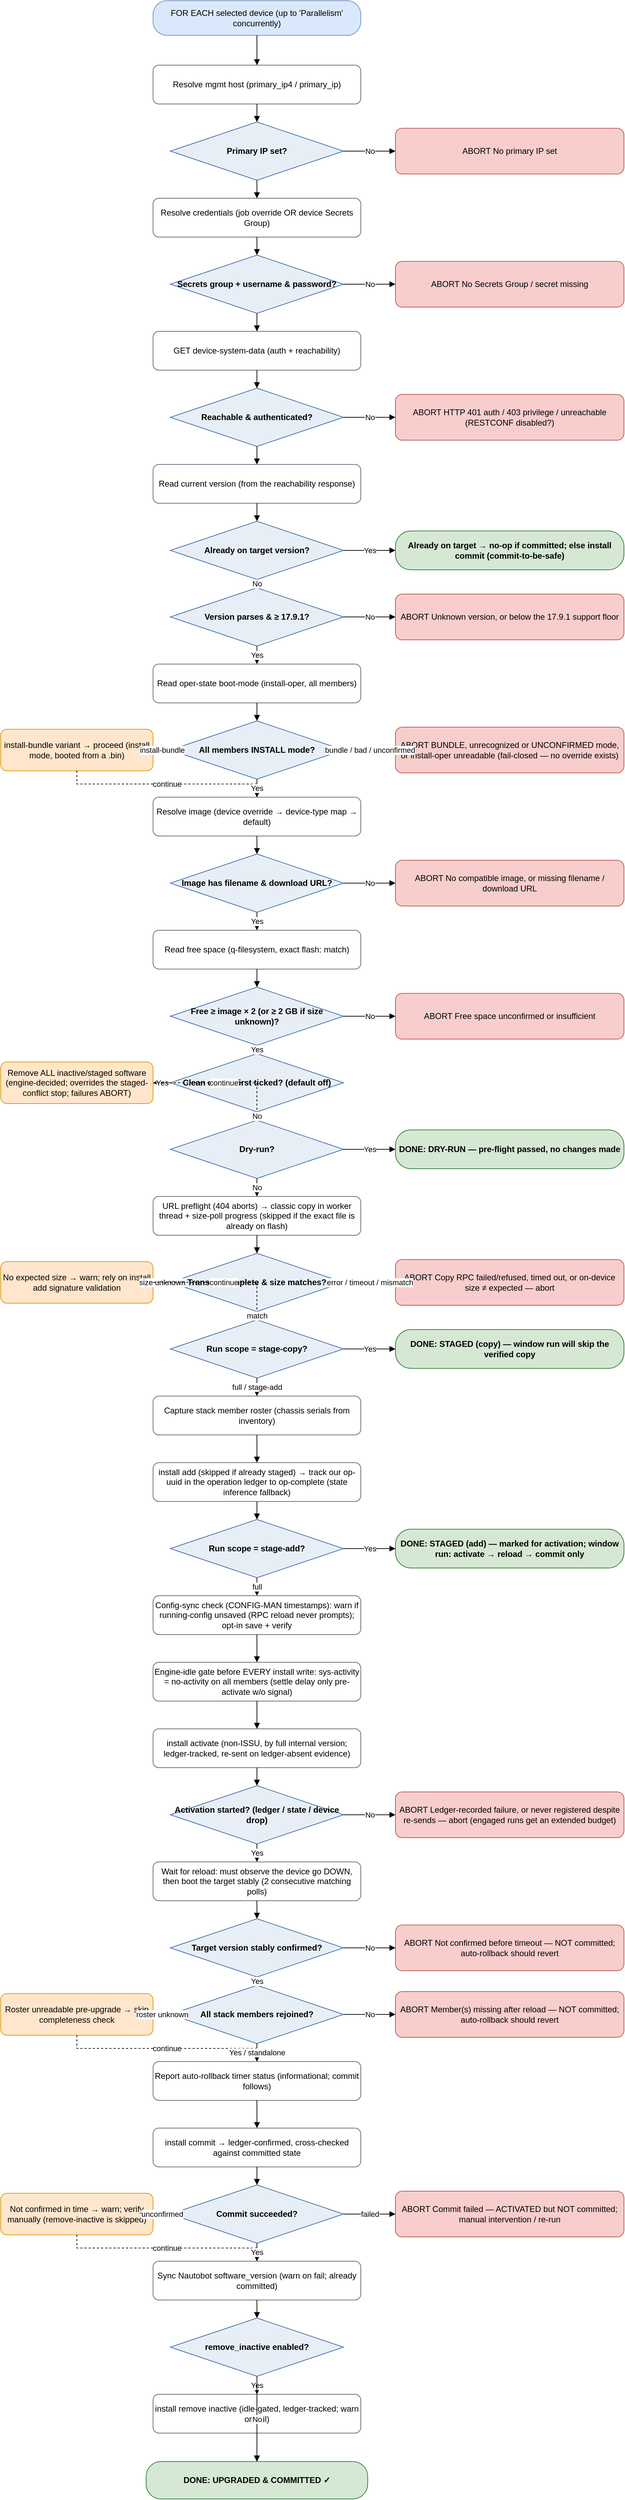
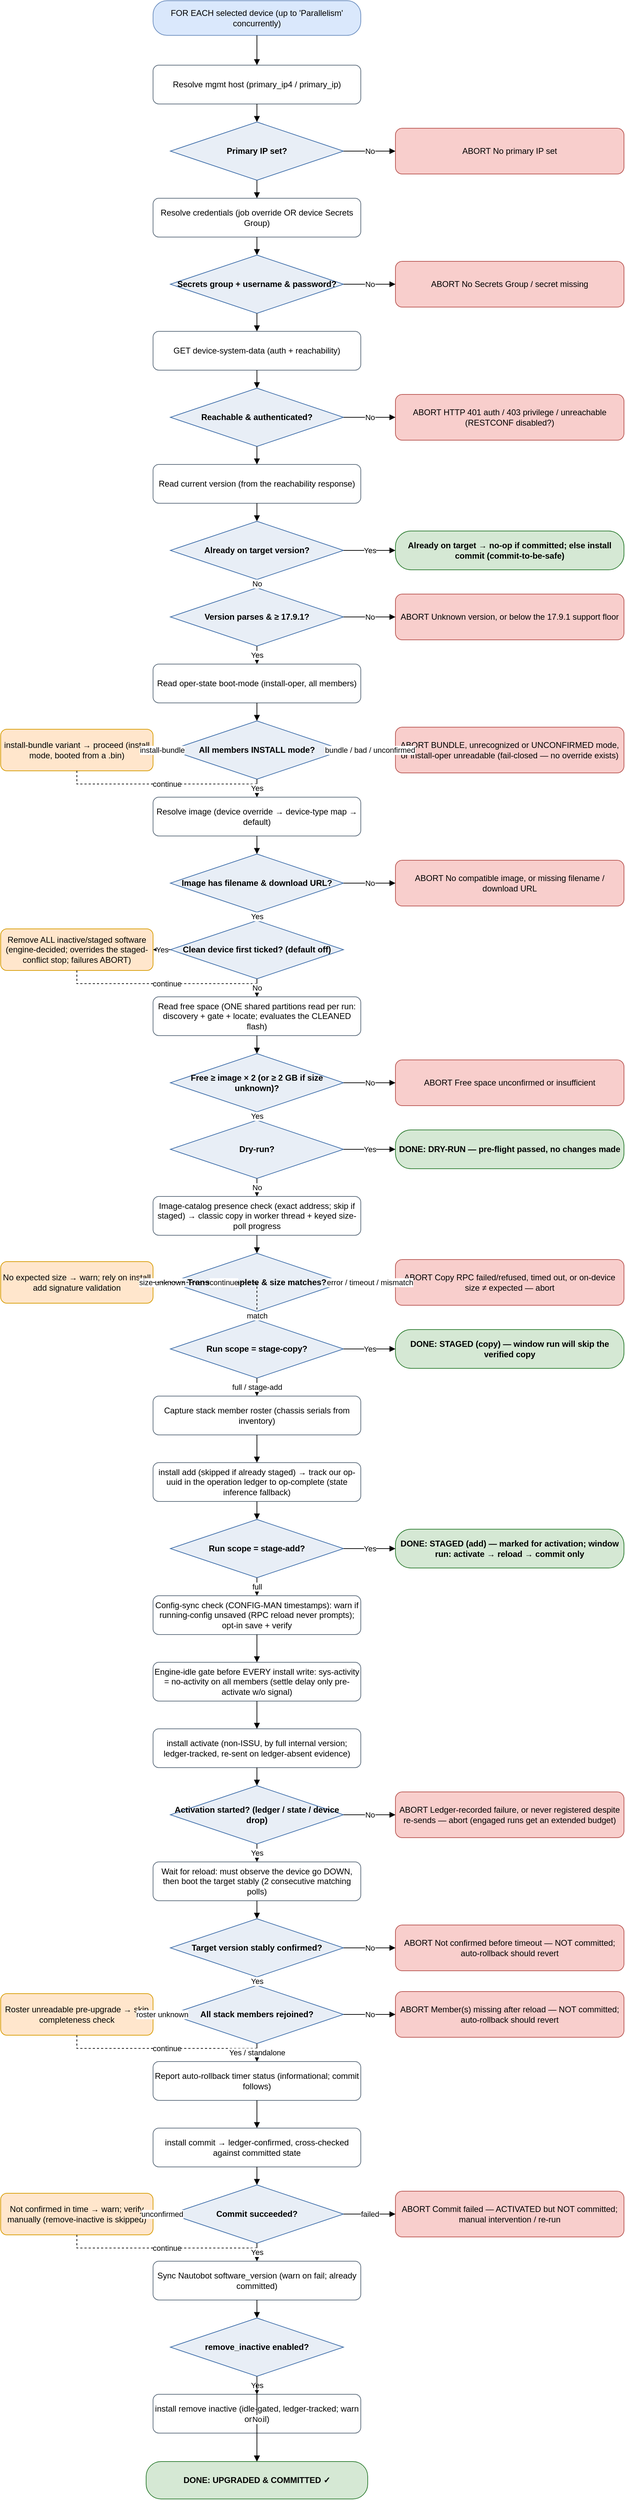
<mxfile host="app.diagrams.net" type="device">
  <diagram name="IOS-XE upgrade flow" id="iosxe-upgrade-flow">
    <mxGraphModel dx="1000" dy="2000" grid="1" gridSize="10" guides="1" tooltips="1"
        connect="1" arrows="1" fold="1" page="1" pageScale="1" math="0" shadow="0">
      <root>
        <mxCell id="0"/>
        <mxCell id="1" parent="0"/>
        <mxCell id="start" value="FOR EACH selected device&amp;#10;(up to &#x27;Parallelism&#x27; concurrently)" style="rounded=1;arcSize=40;whiteSpace=wrap;html=1;fillColor=#DAE8FC;strokeColor=#6C8EBF;" vertex="1" parent="1"><mxGeometry x="250" y="31" width="300" height="50" as="geometry"/></mxCell>
        <mxCell id="host" value="Resolve mgmt host&amp;#10;(primary_ip4 / primary_ip)" style="rounded=1;whiteSpace=wrap;html=1;fillColor=#FFFFFF;strokeColor=#5B6B7B;" vertex="1" parent="1"><mxGeometry x="250" y="124" width="300" height="56" as="geometry"/></mxCell>
        <mxCell id="d_ip" value="Primary IP set?" style="rhombus;whiteSpace=wrap;html=1;fillColor=#E8EEF6;strokeColor=#3C6CA8;fontStyle=1;" vertex="1" parent="1"><mxGeometry x="275" y="206" width="250" height="84" as="geometry"/></mxCell>
        <mxCell id="cred" value="Resolve credentials&amp;#10;(job override OR device Secrets Group)" style="rounded=1;whiteSpace=wrap;html=1;fillColor=#FFFFFF;strokeColor=#5B6B7B;" vertex="1" parent="1"><mxGeometry x="250" y="316" width="300" height="56" as="geometry"/></mxCell>
        <mxCell id="d_cred" value="Secrets group +&amp;#10;username &amp; password?" style="rhombus;whiteSpace=wrap;html=1;fillColor=#E8EEF6;strokeColor=#3C6CA8;fontStyle=1;" vertex="1" parent="1"><mxGeometry x="275" y="398" width="250" height="84" as="geometry"/></mxCell>
        <mxCell id="reach" value="GET device-system-data&amp;#10;(auth + reachability)" style="rounded=1;whiteSpace=wrap;html=1;fillColor=#FFFFFF;strokeColor=#5B6B7B;" vertex="1" parent="1"><mxGeometry x="250" y="508" width="300" height="56" as="geometry"/></mxCell>
        <mxCell id="d_reach" value="Reachable &amp;&amp;#10;authenticated?" style="rhombus;whiteSpace=wrap;html=1;fillColor=#E8EEF6;strokeColor=#3C6CA8;fontStyle=1;" vertex="1" parent="1"><mxGeometry x="275" y="590" width="250" height="84" as="geometry"/></mxCell>
        <mxCell id="curr" value="Read current version&amp;#10;(from the reachability response)" style="rounded=1;whiteSpace=wrap;html=1;fillColor=#FFFFFF;strokeColor=#5B6B7B;" vertex="1" parent="1"><mxGeometry x="250" y="700" width="300" height="56" as="geometry"/></mxCell>
        <mxCell id="d_target" value="Already on&amp;#10;target version?" style="rhombus;whiteSpace=wrap;html=1;fillColor=#E8EEF6;strokeColor=#3C6CA8;fontStyle=1;" vertex="1" parent="1"><mxGeometry x="275" y="782" width="250" height="84" as="geometry"/></mxCell>
        <mxCell id="d_floor" value="Version parses&amp;#10;&amp; ≥ 17.9.1?" style="rhombus;whiteSpace=wrap;html=1;fillColor=#E8EEF6;strokeColor=#3C6CA8;fontStyle=1;" vertex="1" parent="1"><mxGeometry x="275" y="878" width="250" height="84" as="geometry"/></mxCell>
        <mxCell id="mode" value="Read oper-state boot-mode&amp;#10;(install-oper, all members)" style="rounded=1;whiteSpace=wrap;html=1;fillColor=#FFFFFF;strokeColor=#5B6B7B;" vertex="1" parent="1"><mxGeometry x="250" y="988" width="300" height="56" as="geometry"/></mxCell>
        <mxCell id="d_mode" value="All members&amp;#10;INSTALL mode?" style="rhombus;whiteSpace=wrap;html=1;fillColor=#E8EEF6;strokeColor=#3C6CA8;fontStyle=1;" vertex="1" parent="1"><mxGeometry x="275" y="1070" width="250" height="84" as="geometry"/></mxCell>
        <mxCell id="img" value="Resolve image (device override →&amp;#10;device-type map → default)" style="rounded=1;whiteSpace=wrap;html=1;fillColor=#FFFFFF;strokeColor=#5B6B7B;" vertex="1" parent="1"><mxGeometry x="250" y="1180" width="300" height="56" as="geometry"/></mxCell>
        <mxCell id="d_img" value="Image has filename&amp;#10;&amp; download URL?" style="rhombus;whiteSpace=wrap;html=1;fillColor=#E8EEF6;strokeColor=#3C6CA8;fontStyle=1;" vertex="1" parent="1"><mxGeometry x="275" y="1262" width="250" height="84" as="geometry"/></mxCell>
-         <mxCell id="space" value="Read free space&amp;#10;(q-filesystem, exact flash: match)" style="rounded=1;whiteSpace=wrap;html=1;fillColor=#FFFFFF;strokeColor=#5B6B7B;" vertex="1" parent="1"><mxGeometry x="250" y="1372" width="300" height="56" as="geometry"/></mxCell>
-         <mxCell id="d_space" value="Free ≥ image × 2&amp;#10;(or ≥ 2 GB if size unknown)?" style="rhombus;whiteSpace=wrap;html=1;fillColor=#E8EEF6;strokeColor=#3C6CA8;fontStyle=1;" vertex="1" parent="1"><mxGeometry x="275" y="1454" width="250" height="84" as="geometry"/></mxCell>
-         <mxCell id="d_clean" value="Clean device first&amp;#10;ticked? (default off)" style="rhombus;whiteSpace=wrap;html=1;fillColor=#E8EEF6;strokeColor=#3C6CA8;fontStyle=1;" vertex="1" parent="1"><mxGeometry x="275" y="1550" width="250" height="84" as="geometry"/></mxCell>
+         <mxCell id="d_clean" value="Clean device first&amp;#10;ticked? (default off)" style="rhombus;whiteSpace=wrap;html=1;fillColor=#E8EEF6;strokeColor=#3C6CA8;fontStyle=1;" vertex="1" parent="1"><mxGeometry x="275" y="1358" width="250" height="84" as="geometry"/></mxCell>
+         <mxCell id="space" value="Read free space (ONE shared partitions&amp;#10;read per run: discovery + gate + locate;&amp;#10;evaluates the CLEANED flash)" style="rounded=1;whiteSpace=wrap;html=1;fillColor=#FFFFFF;strokeColor=#5B6B7B;" vertex="1" parent="1"><mxGeometry x="250" y="1468" width="300" height="56" as="geometry"/></mxCell>
+         <mxCell id="d_space" value="Free ≥ image × 2&amp;#10;(or ≥ 2 GB if size unknown)?" style="rhombus;whiteSpace=wrap;html=1;fillColor=#E8EEF6;strokeColor=#3C6CA8;fontStyle=1;" vertex="1" parent="1"><mxGeometry x="275" y="1550" width="250" height="84" as="geometry"/></mxCell>
        <mxCell id="d_dry" value="Dry-run?" style="rhombus;whiteSpace=wrap;html=1;fillColor=#E8EEF6;strokeColor=#3C6CA8;fontStyle=1;" vertex="1" parent="1"><mxGeometry x="275" y="1646" width="250" height="84" as="geometry"/></mxCell>
-         <mxCell id="copy" value="URL preflight (404 aborts) → classic copy in&amp;#10;worker thread + size-poll progress&amp;#10;(skipped if the exact file is already on flash)" style="rounded=1;whiteSpace=wrap;html=1;fillColor=#FFFFFF;strokeColor=#5B6B7B;" vertex="1" parent="1"><mxGeometry x="250" y="1756" width="300" height="56" as="geometry"/></mxCell>
+         <mxCell id="copy" value="Image-catalog presence check (exact address;&amp;#10;skip if staged) → classic copy in worker&amp;#10;thread + keyed size-poll progress" style="rounded=1;whiteSpace=wrap;html=1;fillColor=#FFFFFF;strokeColor=#5B6B7B;" vertex="1" parent="1"><mxGeometry x="250" y="1756" width="300" height="56" as="geometry"/></mxCell>
        <mxCell id="d_size" value="Transfer complete&amp;#10;&amp; size matches?" style="rhombus;whiteSpace=wrap;html=1;fillColor=#E8EEF6;strokeColor=#3C6CA8;fontStyle=1;" vertex="1" parent="1"><mxGeometry x="275" y="1838" width="250" height="84" as="geometry"/></mxCell>
        <mxCell id="d_stagecopy" value="Run scope =&amp;#10;stage-copy?" style="rhombus;whiteSpace=wrap;html=1;fillColor=#E8EEF6;strokeColor=#3C6CA8;fontStyle=1;" vertex="1" parent="1"><mxGeometry x="275" y="1934" width="250" height="84" as="geometry"/></mxCell>
        <mxCell id="roster" value="Capture stack member roster&amp;#10;(chassis serials from inventory)" style="rounded=1;whiteSpace=wrap;html=1;fillColor=#FFFFFF;strokeColor=#5B6B7B;" vertex="1" parent="1"><mxGeometry x="250" y="2044" width="300" height="56" as="geometry"/></mxCell>
        <mxCell id="add" value="install add (skipped if already staged) →&amp;#10;track our op-uuid in the operation ledger&amp;#10;to op-complete (state inference fallback)" style="rounded=1;whiteSpace=wrap;html=1;fillColor=#FFFFFF;strokeColor=#5B6B7B;" vertex="1" parent="1"><mxGeometry x="250" y="2140" width="300" height="56" as="geometry"/></mxCell>
        <mxCell id="d_stageadd" value="Run scope =&amp;#10;stage-add?" style="rhombus;whiteSpace=wrap;html=1;fillColor=#E8EEF6;strokeColor=#3C6CA8;fontStyle=1;" vertex="1" parent="1"><mxGeometry x="275" y="2222" width="250" height="84" as="geometry"/></mxCell>
        <mxCell id="cfgsync" value="Config-sync check (CONFIG-MAN timestamps):&amp;#10;warn if running-config unsaved (RPC reload&amp;#10;never prompts); opt-in save + verify" style="rounded=1;whiteSpace=wrap;html=1;fillColor=#FFFFFF;strokeColor=#5B6B7B;" vertex="1" parent="1"><mxGeometry x="250" y="2332" width="300" height="56" as="geometry"/></mxCell>
        <mxCell id="idle" value="Engine-idle gate before EVERY install write:&amp;#10;sys-activity = no-activity on all members&amp;#10;(settle delay only pre-activate w/o signal)" style="rounded=1;whiteSpace=wrap;html=1;fillColor=#FFFFFF;strokeColor=#5B6B7B;" vertex="1" parent="1"><mxGeometry x="250" y="2428" width="300" height="56" as="geometry"/></mxCell>
        <mxCell id="act" value="install activate (non-ISSU, by full internal&amp;#10;version; ledger-tracked,&amp;#10;re-sent on ledger-absent evidence)" style="rounded=1;whiteSpace=wrap;html=1;fillColor=#FFFFFF;strokeColor=#5B6B7B;" vertex="1" parent="1"><mxGeometry x="250" y="2524" width="300" height="56" as="geometry"/></mxCell>
        <mxCell id="d_act" value="Activation started?&amp;#10;(ledger / state / device drop)" style="rhombus;whiteSpace=wrap;html=1;fillColor=#E8EEF6;strokeColor=#3C6CA8;fontStyle=1;" vertex="1" parent="1"><mxGeometry x="275" y="2606" width="250" height="84" as="geometry"/></mxCell>
        <mxCell id="waitc" value="Wait for reload: must observe the device&amp;#10;go DOWN, then boot the target stably&amp;#10;(2 consecutive matching polls)" style="rounded=1;whiteSpace=wrap;html=1;fillColor=#FFFFFF;strokeColor=#5B6B7B;" vertex="1" parent="1"><mxGeometry x="250" y="2716" width="300" height="56" as="geometry"/></mxCell>
        <mxCell id="d_confirm" value="Target version&amp;#10;stably confirmed?" style="rhombus;whiteSpace=wrap;html=1;fillColor=#E8EEF6;strokeColor=#3C6CA8;fontStyle=1;" vertex="1" parent="1"><mxGeometry x="275" y="2798" width="250" height="84" as="geometry"/></mxCell>
        <mxCell id="d_members" value="All stack members&amp;#10;rejoined?" style="rhombus;whiteSpace=wrap;html=1;fillColor=#E8EEF6;strokeColor=#3C6CA8;fontStyle=1;" vertex="1" parent="1"><mxGeometry x="275" y="2894" width="250" height="84" as="geometry"/></mxCell>
        <mxCell id="rollbackchk" value="Report auto-rollback timer status&amp;#10;(informational; commit follows)" style="rounded=1;whiteSpace=wrap;html=1;fillColor=#FFFFFF;strokeColor=#5B6B7B;" vertex="1" parent="1"><mxGeometry x="250" y="3004" width="300" height="56" as="geometry"/></mxCell>
        <mxCell id="commit" value="install commit → ledger-confirmed,&amp;#10;cross-checked against committed state" style="rounded=1;whiteSpace=wrap;html=1;fillColor=#FFFFFF;strokeColor=#5B6B7B;" vertex="1" parent="1"><mxGeometry x="250" y="3100" width="300" height="56" as="geometry"/></mxCell>
        <mxCell id="d_commit" value="Commit&amp;#10;succeeded?" style="rhombus;whiteSpace=wrap;html=1;fillColor=#E8EEF6;strokeColor=#3C6CA8;fontStyle=1;" vertex="1" parent="1"><mxGeometry x="275" y="3182" width="250" height="84" as="geometry"/></mxCell>
        <mxCell id="sync" value="Sync Nautobot software_version&amp;#10;(warn on fail; already committed)" style="rounded=1;whiteSpace=wrap;html=1;fillColor=#FFFFFF;strokeColor=#5B6B7B;" vertex="1" parent="1"><mxGeometry x="250" y="3292" width="300" height="56" as="geometry"/></mxCell>
        <mxCell id="d_remove" value="remove_inactive&amp;#10;enabled?" style="rhombus;whiteSpace=wrap;html=1;fillColor=#E8EEF6;strokeColor=#3C6CA8;fontStyle=1;" vertex="1" parent="1"><mxGeometry x="275" y="3374" width="250" height="84" as="geometry"/></mxCell>
        <mxCell id="remove" value="install remove inactive (idle-gated,&amp;#10;ledger-tracked; warn on fail)" style="rounded=1;whiteSpace=wrap;html=1;fillColor=#FFFFFF;strokeColor=#5B6B7B;" vertex="1" parent="1"><mxGeometry x="250" y="3484" width="300" height="56" as="geometry"/></mxCell>
        <mxCell id="ok" value="DONE: UPGRADED &amp; COMMITTED ✓" style="rounded=1;arcSize=40;whiteSpace=wrap;html=1;fillColor=#D5E8D4;strokeColor=#2E7D32;fontStyle=1;" vertex="1" parent="1"><mxGeometry x="240" y="3581" width="320" height="54" as="geometry"/></mxCell>
        <mxCell id="d_ip_abort" value="ABORT&amp;#10;No primary IP set" style="rounded=1;whiteSpace=wrap;html=1;fillColor=#F8CECC;strokeColor=#B85450;" vertex="1" parent="1"><mxGeometry x="600" y="215" width="330" height="66" as="geometry"/></mxCell>
        <mxCell id="d_cred_abort" value="ABORT&amp;#10;No Secrets Group / secret missing" style="rounded=1;whiteSpace=wrap;html=1;fillColor=#F8CECC;strokeColor=#B85450;" vertex="1" parent="1"><mxGeometry x="600" y="407" width="330" height="66" as="geometry"/></mxCell>
        <mxCell id="d_reach_abort" value="ABORT&amp;#10;HTTP 401 auth / 403 privilege /&amp;#10;unreachable (RESTCONF disabled?)" style="rounded=1;whiteSpace=wrap;html=1;fillColor=#F8CECC;strokeColor=#B85450;" vertex="1" parent="1"><mxGeometry x="600" y="599" width="330" height="66" as="geometry"/></mxCell>
        <mxCell id="d_target_ok" value="Already on target → no-op if committed;&amp;#10;else install commit (commit-to-be-safe)" style="rounded=1;arcSize=40;whiteSpace=wrap;html=1;fillColor=#D5E8D4;strokeColor=#2E7D32;fontStyle=1;" vertex="1" parent="1"><mxGeometry x="600" y="796" width="330" height="56" as="geometry"/></mxCell>
        <mxCell id="d_floor_abort" value="ABORT&amp;#10;Unknown version, or below the&amp;#10;17.9.1 support floor" style="rounded=1;whiteSpace=wrap;html=1;fillColor=#F8CECC;strokeColor=#B85450;" vertex="1" parent="1"><mxGeometry x="600" y="887" width="330" height="66" as="geometry"/></mxCell>
        <mxCell id="d_mode_abort" value="ABORT&amp;#10;BUNDLE, unrecognized or UNCONFIRMED&amp;#10;mode, or install-oper unreadable&amp;#10;(fail-closed — no override exists)" style="rounded=1;whiteSpace=wrap;html=1;fillColor=#F8CECC;strokeColor=#B85450;" vertex="1" parent="1"><mxGeometry x="600" y="1079" width="330" height="66" as="geometry"/></mxCell>
        <mxCell id="d_mode_warn" value="install-bundle variant → proceed&amp;#10;(install mode, booted from a .bin)" style="rounded=1;whiteSpace=wrap;html=1;fillColor=#FFE6CC;strokeColor=#D79B00;" vertex="1" parent="1"><mxGeometry x="30" y="1082" width="220" height="60" as="geometry"/></mxCell>
        <mxCell id="d_img_abort" value="ABORT&amp;#10;No compatible image, or missing&amp;#10;filename / download URL" style="rounded=1;whiteSpace=wrap;html=1;fillColor=#F8CECC;strokeColor=#B85450;" vertex="1" parent="1"><mxGeometry x="600" y="1271" width="330" height="66" as="geometry"/></mxCell>
-         <mxCell id="d_space_abort" value="ABORT&amp;#10;Free space unconfirmed or&amp;#10;insufficient" style="rounded=1;whiteSpace=wrap;html=1;fillColor=#F8CECC;strokeColor=#B85450;" vertex="1" parent="1"><mxGeometry x="600" y="1463" width="330" height="66" as="geometry"/></mxCell>
-         <mxCell id="d_clean_warn" value="Remove ALL inactive/staged software&amp;#10;(engine-decided; overrides the staged-&amp;#10;conflict stop; failures ABORT)" style="rounded=1;whiteSpace=wrap;html=1;fillColor=#FFE6CC;strokeColor=#D79B00;" vertex="1" parent="1"><mxGeometry x="30" y="1562" width="220" height="60" as="geometry"/></mxCell>
+         <mxCell id="d_clean_warn" value="Remove ALL inactive/staged software&amp;#10;(engine-decided; overrides the staged-&amp;#10;conflict stop; failures ABORT)" style="rounded=1;whiteSpace=wrap;html=1;fillColor=#FFE6CC;strokeColor=#D79B00;" vertex="1" parent="1"><mxGeometry x="30" y="1370" width="220" height="60" as="geometry"/></mxCell>
+         <mxCell id="d_space_abort" value="ABORT&amp;#10;Free space unconfirmed or&amp;#10;insufficient" style="rounded=1;whiteSpace=wrap;html=1;fillColor=#F8CECC;strokeColor=#B85450;" vertex="1" parent="1"><mxGeometry x="600" y="1559" width="330" height="66" as="geometry"/></mxCell>
        <mxCell id="d_dry_ok" value="DONE: DRY-RUN — pre-flight&amp;#10;passed, no changes made" style="rounded=1;arcSize=40;whiteSpace=wrap;html=1;fillColor=#D5E8D4;strokeColor=#2E7D32;fontStyle=1;" vertex="1" parent="1"><mxGeometry x="600" y="1660" width="330" height="56" as="geometry"/></mxCell>
        <mxCell id="d_size_abort" value="ABORT&amp;#10;Copy RPC failed/refused, timed out,&amp;#10;or on-device size ≠ expected — abort" style="rounded=1;whiteSpace=wrap;html=1;fillColor=#F8CECC;strokeColor=#B85450;" vertex="1" parent="1"><mxGeometry x="600" y="1847" width="330" height="66" as="geometry"/></mxCell>
        <mxCell id="d_size_warn" value="No expected size → warn; rely on&amp;#10;install add signature validation" style="rounded=1;whiteSpace=wrap;html=1;fillColor=#FFE6CC;strokeColor=#D79B00;" vertex="1" parent="1"><mxGeometry x="30" y="1850" width="220" height="60" as="geometry"/></mxCell>
        <mxCell id="d_stagecopy_ok" value="DONE: STAGED (copy) — window run&amp;#10;will skip the verified copy" style="rounded=1;arcSize=40;whiteSpace=wrap;html=1;fillColor=#D5E8D4;strokeColor=#2E7D32;fontStyle=1;" vertex="1" parent="1"><mxGeometry x="600" y="1948" width="330" height="56" as="geometry"/></mxCell>
        <mxCell id="d_stageadd_ok" value="DONE: STAGED (add) — marked for&amp;#10;activation; window run: activate →&amp;#10;reload → commit only" style="rounded=1;arcSize=40;whiteSpace=wrap;html=1;fillColor=#D5E8D4;strokeColor=#2E7D32;fontStyle=1;" vertex="1" parent="1"><mxGeometry x="600" y="2236" width="330" height="56" as="geometry"/></mxCell>
        <mxCell id="d_act_abort" value="ABORT&amp;#10;Ledger-recorded failure, or never&amp;#10;registered despite re-sends — abort&amp;#10;(engaged runs get an extended budget)" style="rounded=1;whiteSpace=wrap;html=1;fillColor=#F8CECC;strokeColor=#B85450;" vertex="1" parent="1"><mxGeometry x="600" y="2615" width="330" height="66" as="geometry"/></mxCell>
        <mxCell id="d_confirm_abort" value="ABORT&amp;#10;Not confirmed before timeout — NOT&amp;#10;committed; auto-rollback should revert" style="rounded=1;whiteSpace=wrap;html=1;fillColor=#F8CECC;strokeColor=#B85450;" vertex="1" parent="1"><mxGeometry x="600" y="2807" width="330" height="66" as="geometry"/></mxCell>
        <mxCell id="d_members_abort" value="ABORT&amp;#10;Member(s) missing after reload — NOT&amp;#10;committed; auto-rollback should revert" style="rounded=1;whiteSpace=wrap;html=1;fillColor=#F8CECC;strokeColor=#B85450;" vertex="1" parent="1"><mxGeometry x="600" y="2903" width="330" height="66" as="geometry"/></mxCell>
        <mxCell id="d_members_warn" value="Roster unreadable pre-upgrade →&amp;#10;skip completeness check" style="rounded=1;whiteSpace=wrap;html=1;fillColor=#FFE6CC;strokeColor=#D79B00;" vertex="1" parent="1"><mxGeometry x="30" y="2906" width="220" height="60" as="geometry"/></mxCell>
        <mxCell id="d_commit_abort" value="ABORT&amp;#10;Commit failed — ACTIVATED but NOT&amp;#10;committed; manual intervention / re-run" style="rounded=1;whiteSpace=wrap;html=1;fillColor=#F8CECC;strokeColor=#B85450;" vertex="1" parent="1"><mxGeometry x="600" y="3191" width="330" height="66" as="geometry"/></mxCell>
        <mxCell id="d_commit_warn" value="Not confirmed in time → warn;&amp;#10;verify manually (remove-inactive&amp;#10;is skipped)" style="rounded=1;whiteSpace=wrap;html=1;fillColor=#FFE6CC;strokeColor=#D79B00;" vertex="1" parent="1"><mxGeometry x="30" y="3194" width="220" height="60" as="geometry"/></mxCell>
        <mxCell id="e_d_ip_abort" value="No" style="edgeStyle=orthogonalEdgeStyle;rounded=0;html=1;endArrow=block;" edge="1" parent="1" source="d_ip" target="d_ip_abort"><mxGeometry relative="1" as="geometry"/></mxCell>
        <mxCell id="e_d_cred_abort" value="No" style="edgeStyle=orthogonalEdgeStyle;rounded=0;html=1;endArrow=block;" edge="1" parent="1" source="d_cred" target="d_cred_abort"><mxGeometry relative="1" as="geometry"/></mxCell>
        <mxCell id="e_d_reach_abort" value="No" style="edgeStyle=orthogonalEdgeStyle;rounded=0;html=1;endArrow=block;" edge="1" parent="1" source="d_reach" target="d_reach_abort"><mxGeometry relative="1" as="geometry"/></mxCell>
        <mxCell id="e_d_target_ok" value="Yes" style="edgeStyle=orthogonalEdgeStyle;rounded=0;html=1;endArrow=block;" edge="1" parent="1" source="d_target" target="d_target_ok"><mxGeometry relative="1" as="geometry"/></mxCell>
        <mxCell id="e_d_floor_abort" value="No" style="edgeStyle=orthogonalEdgeStyle;rounded=0;html=1;endArrow=block;" edge="1" parent="1" source="d_floor" target="d_floor_abort"><mxGeometry relative="1" as="geometry"/></mxCell>
        <mxCell id="e_d_mode_abort" value="bundle / bad /
unconfirmed" style="edgeStyle=orthogonalEdgeStyle;rounded=0;html=1;endArrow=block;" edge="1" parent="1" source="d_mode" target="d_mode_abort"><mxGeometry relative="1" as="geometry"/></mxCell>
        <mxCell id="e_d_mode_warn" value="install-bundle" style="edgeStyle=orthogonalEdgeStyle;rounded=0;html=1;endArrow=block;" edge="1" parent="1" source="d_mode" target="d_mode_warn"><mxGeometry relative="1" as="geometry"/></mxCell>
        <mxCell id="e_d_mode_warn_join" value="continue" style="edgeStyle=orthogonalEdgeStyle;rounded=0;html=1;endArrow=block;dashed=1;" edge="1" parent="1" source="d_mode_warn" target="img"><mxGeometry relative="1" as="geometry"/></mxCell>
        <mxCell id="e_d_img_abort" value="No" style="edgeStyle=orthogonalEdgeStyle;rounded=0;html=1;endArrow=block;" edge="1" parent="1" source="d_img" target="d_img_abort"><mxGeometry relative="1" as="geometry"/></mxCell>
+         <mxCell id="e_d_clean_warn" value="Yes" style="edgeStyle=orthogonalEdgeStyle;rounded=0;html=1;endArrow=block;" edge="1" parent="1" source="d_clean" target="d_clean_warn"><mxGeometry relative="1" as="geometry"/></mxCell>
+         <mxCell id="e_d_clean_warn_join" value="continue" style="edgeStyle=orthogonalEdgeStyle;rounded=0;html=1;endArrow=block;dashed=1;" edge="1" parent="1" source="d_clean_warn" target="space"><mxGeometry relative="1" as="geometry"/></mxCell>
        <mxCell id="e_d_space_abort" value="No" style="edgeStyle=orthogonalEdgeStyle;rounded=0;html=1;endArrow=block;" edge="1" parent="1" source="d_space" target="d_space_abort"><mxGeometry relative="1" as="geometry"/></mxCell>
-         <mxCell id="e_d_clean_warn" value="Yes" style="edgeStyle=orthogonalEdgeStyle;rounded=0;html=1;endArrow=block;" edge="1" parent="1" source="d_clean" target="d_clean_warn"><mxGeometry relative="1" as="geometry"/></mxCell>
-         <mxCell id="e_d_clean_warn_join" value="continue" style="edgeStyle=orthogonalEdgeStyle;rounded=0;html=1;endArrow=block;dashed=1;" edge="1" parent="1" source="d_clean_warn" target="d_dry"><mxGeometry relative="1" as="geometry"/></mxCell>
        <mxCell id="e_d_dry_ok" value="Yes" style="edgeStyle=orthogonalEdgeStyle;rounded=0;html=1;endArrow=block;" edge="1" parent="1" source="d_dry" target="d_dry_ok"><mxGeometry relative="1" as="geometry"/></mxCell>
        <mxCell id="e_d_size_abort" value="error / timeout /
mismatch" style="edgeStyle=orthogonalEdgeStyle;rounded=0;html=1;endArrow=block;" edge="1" parent="1" source="d_size" target="d_size_abort"><mxGeometry relative="1" as="geometry"/></mxCell>
        <mxCell id="e_d_size_warn" value="size unknown" style="edgeStyle=orthogonalEdgeStyle;rounded=0;html=1;endArrow=block;" edge="1" parent="1" source="d_size" target="d_size_warn"><mxGeometry relative="1" as="geometry"/></mxCell>
        <mxCell id="e_d_size_warn_join" value="continue" style="edgeStyle=orthogonalEdgeStyle;rounded=0;html=1;endArrow=block;dashed=1;" edge="1" parent="1" source="d_size_warn" target="d_stagecopy"><mxGeometry relative="1" as="geometry"/></mxCell>
        <mxCell id="e_d_stagecopy_ok" value="Yes" style="edgeStyle=orthogonalEdgeStyle;rounded=0;html=1;endArrow=block;" edge="1" parent="1" source="d_stagecopy" target="d_stagecopy_ok"><mxGeometry relative="1" as="geometry"/></mxCell>
        <mxCell id="e_d_stageadd_ok" value="Yes" style="edgeStyle=orthogonalEdgeStyle;rounded=0;html=1;endArrow=block;" edge="1" parent="1" source="d_stageadd" target="d_stageadd_ok"><mxGeometry relative="1" as="geometry"/></mxCell>
        <mxCell id="e_d_act_abort" value="No" style="edgeStyle=orthogonalEdgeStyle;rounded=0;html=1;endArrow=block;" edge="1" parent="1" source="d_act" target="d_act_abort"><mxGeometry relative="1" as="geometry"/></mxCell>
        <mxCell id="e_d_confirm_abort" value="No" style="edgeStyle=orthogonalEdgeStyle;rounded=0;html=1;endArrow=block;" edge="1" parent="1" source="d_confirm" target="d_confirm_abort"><mxGeometry relative="1" as="geometry"/></mxCell>
        <mxCell id="e_d_members_abort" value="No" style="edgeStyle=orthogonalEdgeStyle;rounded=0;html=1;endArrow=block;" edge="1" parent="1" source="d_members" target="d_members_abort"><mxGeometry relative="1" as="geometry"/></mxCell>
        <mxCell id="e_d_members_warn" value="roster unknown" style="edgeStyle=orthogonalEdgeStyle;rounded=0;html=1;endArrow=block;" edge="1" parent="1" source="d_members" target="d_members_warn"><mxGeometry relative="1" as="geometry"/></mxCell>
        <mxCell id="e_d_members_warn_join" value="continue" style="edgeStyle=orthogonalEdgeStyle;rounded=0;html=1;endArrow=block;dashed=1;" edge="1" parent="1" source="d_members_warn" target="rollbackchk"><mxGeometry relative="1" as="geometry"/></mxCell>
        <mxCell id="e_d_commit_abort" value="failed" style="edgeStyle=orthogonalEdgeStyle;rounded=0;html=1;endArrow=block;" edge="1" parent="1" source="d_commit" target="d_commit_abort"><mxGeometry relative="1" as="geometry"/></mxCell>
        <mxCell id="e_d_commit_warn" value="unconfirmed" style="edgeStyle=orthogonalEdgeStyle;rounded=0;html=1;endArrow=block;" edge="1" parent="1" source="d_commit" target="d_commit_warn"><mxGeometry relative="1" as="geometry"/></mxCell>
        <mxCell id="e_d_commit_warn_join" value="continue" style="edgeStyle=orthogonalEdgeStyle;rounded=0;html=1;endArrow=block;dashed=1;" edge="1" parent="1" source="d_commit_warn" target="sync"><mxGeometry relative="1" as="geometry"/></mxCell>
        <mxCell id="e_start_host" value="" style="edgeStyle=orthogonalEdgeStyle;rounded=0;html=1;endArrow=block;" edge="1" parent="1" source="start" target="host"><mxGeometry relative="1" as="geometry"/></mxCell>
        <mxCell id="e_host_d_ip" value="" style="edgeStyle=orthogonalEdgeStyle;rounded=0;html=1;endArrow=block;" edge="1" parent="1" source="host" target="d_ip"><mxGeometry relative="1" as="geometry"/></mxCell>
        <mxCell id="e_d_ip_cred" value="" style="edgeStyle=orthogonalEdgeStyle;rounded=0;html=1;endArrow=block;" edge="1" parent="1" source="d_ip" target="cred"><mxGeometry relative="1" as="geometry"/></mxCell>
        <mxCell id="e_cred_d_cred" value="" style="edgeStyle=orthogonalEdgeStyle;rounded=0;html=1;endArrow=block;" edge="1" parent="1" source="cred" target="d_cred"><mxGeometry relative="1" as="geometry"/></mxCell>
        <mxCell id="e_d_cred_reach" value="" style="edgeStyle=orthogonalEdgeStyle;rounded=0;html=1;endArrow=block;" edge="1" parent="1" source="d_cred" target="reach"><mxGeometry relative="1" as="geometry"/></mxCell>
        <mxCell id="e_reach_d_reach" value="" style="edgeStyle=orthogonalEdgeStyle;rounded=0;html=1;endArrow=block;" edge="1" parent="1" source="reach" target="d_reach"><mxGeometry relative="1" as="geometry"/></mxCell>
        <mxCell id="e_d_reach_curr" value="" style="edgeStyle=orthogonalEdgeStyle;rounded=0;html=1;endArrow=block;" edge="1" parent="1" source="d_reach" target="curr"><mxGeometry relative="1" as="geometry"/></mxCell>
        <mxCell id="e_curr_d_target" value="" style="edgeStyle=orthogonalEdgeStyle;rounded=0;html=1;endArrow=block;" edge="1" parent="1" source="curr" target="d_target"><mxGeometry relative="1" as="geometry"/></mxCell>
        <mxCell id="e_d_target_d_floor" value="No" style="edgeStyle=orthogonalEdgeStyle;rounded=0;html=1;endArrow=block;" edge="1" parent="1" source="d_target" target="d_floor"><mxGeometry relative="1" as="geometry"/></mxCell>
        <mxCell id="e_d_floor_mode" value="Yes" style="edgeStyle=orthogonalEdgeStyle;rounded=0;html=1;endArrow=block;" edge="1" parent="1" source="d_floor" target="mode"><mxGeometry relative="1" as="geometry"/></mxCell>
        <mxCell id="e_mode_d_mode" value="" style="edgeStyle=orthogonalEdgeStyle;rounded=0;html=1;endArrow=block;" edge="1" parent="1" source="mode" target="d_mode"><mxGeometry relative="1" as="geometry"/></mxCell>
        <mxCell id="e_d_mode_img" value="Yes" style="edgeStyle=orthogonalEdgeStyle;rounded=0;html=1;endArrow=block;" edge="1" parent="1" source="d_mode" target="img"><mxGeometry relative="1" as="geometry"/></mxCell>
        <mxCell id="e_img_d_img" value="" style="edgeStyle=orthogonalEdgeStyle;rounded=0;html=1;endArrow=block;" edge="1" parent="1" source="img" target="d_img"><mxGeometry relative="1" as="geometry"/></mxCell>
-         <mxCell id="e_d_img_space" value="Yes" style="edgeStyle=orthogonalEdgeStyle;rounded=0;html=1;endArrow=block;" edge="1" parent="1" source="d_img" target="space"><mxGeometry relative="1" as="geometry"/></mxCell>
+         <mxCell id="e_d_img_d_clean" value="Yes" style="edgeStyle=orthogonalEdgeStyle;rounded=0;html=1;endArrow=block;" edge="1" parent="1" source="d_img" target="d_clean"><mxGeometry relative="1" as="geometry"/></mxCell>
+         <mxCell id="e_d_clean_space" value="No" style="edgeStyle=orthogonalEdgeStyle;rounded=0;html=1;endArrow=block;" edge="1" parent="1" source="d_clean" target="space"><mxGeometry relative="1" as="geometry"/></mxCell>
        <mxCell id="e_space_d_space" value="" style="edgeStyle=orthogonalEdgeStyle;rounded=0;html=1;endArrow=block;" edge="1" parent="1" source="space" target="d_space"><mxGeometry relative="1" as="geometry"/></mxCell>
-         <mxCell id="e_d_space_d_clean" value="Yes" style="edgeStyle=orthogonalEdgeStyle;rounded=0;html=1;endArrow=block;" edge="1" parent="1" source="d_space" target="d_clean"><mxGeometry relative="1" as="geometry"/></mxCell>
-         <mxCell id="e_d_clean_d_dry" value="No" style="edgeStyle=orthogonalEdgeStyle;rounded=0;html=1;endArrow=block;" edge="1" parent="1" source="d_clean" target="d_dry"><mxGeometry relative="1" as="geometry"/></mxCell>
+         <mxCell id="e_d_space_d_dry" value="Yes" style="edgeStyle=orthogonalEdgeStyle;rounded=0;html=1;endArrow=block;" edge="1" parent="1" source="d_space" target="d_dry"><mxGeometry relative="1" as="geometry"/></mxCell>
        <mxCell id="e_d_dry_copy" value="No" style="edgeStyle=orthogonalEdgeStyle;rounded=0;html=1;endArrow=block;" edge="1" parent="1" source="d_dry" target="copy"><mxGeometry relative="1" as="geometry"/></mxCell>
        <mxCell id="e_copy_d_size" value="" style="edgeStyle=orthogonalEdgeStyle;rounded=0;html=1;endArrow=block;" edge="1" parent="1" source="copy" target="d_size"><mxGeometry relative="1" as="geometry"/></mxCell>
        <mxCell id="e_d_size_d_stagecopy" value="match" style="edgeStyle=orthogonalEdgeStyle;rounded=0;html=1;endArrow=block;" edge="1" parent="1" source="d_size" target="d_stagecopy"><mxGeometry relative="1" as="geometry"/></mxCell>
        <mxCell id="e_d_stagecopy_roster" value="full / stage-add" style="edgeStyle=orthogonalEdgeStyle;rounded=0;html=1;endArrow=block;" edge="1" parent="1" source="d_stagecopy" target="roster"><mxGeometry relative="1" as="geometry"/></mxCell>
        <mxCell id="e_roster_add" value="" style="edgeStyle=orthogonalEdgeStyle;rounded=0;html=1;endArrow=block;" edge="1" parent="1" source="roster" target="add"><mxGeometry relative="1" as="geometry"/></mxCell>
        <mxCell id="e_add_d_stageadd" value="" style="edgeStyle=orthogonalEdgeStyle;rounded=0;html=1;endArrow=block;" edge="1" parent="1" source="add" target="d_stageadd"><mxGeometry relative="1" as="geometry"/></mxCell>
        <mxCell id="e_d_stageadd_cfgsync" value="full" style="edgeStyle=orthogonalEdgeStyle;rounded=0;html=1;endArrow=block;" edge="1" parent="1" source="d_stageadd" target="cfgsync"><mxGeometry relative="1" as="geometry"/></mxCell>
        <mxCell id="e_cfgsync_idle" value="" style="edgeStyle=orthogonalEdgeStyle;rounded=0;html=1;endArrow=block;" edge="1" parent="1" source="cfgsync" target="idle"><mxGeometry relative="1" as="geometry"/></mxCell>
        <mxCell id="e_idle_act" value="" style="edgeStyle=orthogonalEdgeStyle;rounded=0;html=1;endArrow=block;" edge="1" parent="1" source="idle" target="act"><mxGeometry relative="1" as="geometry"/></mxCell>
        <mxCell id="e_act_d_act" value="" style="edgeStyle=orthogonalEdgeStyle;rounded=0;html=1;endArrow=block;" edge="1" parent="1" source="act" target="d_act"><mxGeometry relative="1" as="geometry"/></mxCell>
        <mxCell id="e_d_act_waitc" value="Yes" style="edgeStyle=orthogonalEdgeStyle;rounded=0;html=1;endArrow=block;" edge="1" parent="1" source="d_act" target="waitc"><mxGeometry relative="1" as="geometry"/></mxCell>
        <mxCell id="e_waitc_d_confirm" value="" style="edgeStyle=orthogonalEdgeStyle;rounded=0;html=1;endArrow=block;" edge="1" parent="1" source="waitc" target="d_confirm"><mxGeometry relative="1" as="geometry"/></mxCell>
        <mxCell id="e_d_confirm_d_members" value="Yes" style="edgeStyle=orthogonalEdgeStyle;rounded=0;html=1;endArrow=block;" edge="1" parent="1" source="d_confirm" target="d_members"><mxGeometry relative="1" as="geometry"/></mxCell>
        <mxCell id="e_d_members_rollbackchk" value="Yes / standalone" style="edgeStyle=orthogonalEdgeStyle;rounded=0;html=1;endArrow=block;" edge="1" parent="1" source="d_members" target="rollbackchk"><mxGeometry relative="1" as="geometry"/></mxCell>
        <mxCell id="e_rollbackchk_commit" value="" style="edgeStyle=orthogonalEdgeStyle;rounded=0;html=1;endArrow=block;" edge="1" parent="1" source="rollbackchk" target="commit"><mxGeometry relative="1" as="geometry"/></mxCell>
        <mxCell id="e_commit_d_commit" value="" style="edgeStyle=orthogonalEdgeStyle;rounded=0;html=1;endArrow=block;" edge="1" parent="1" source="commit" target="d_commit"><mxGeometry relative="1" as="geometry"/></mxCell>
        <mxCell id="e_d_commit_sync" value="Yes" style="edgeStyle=orthogonalEdgeStyle;rounded=0;html=1;endArrow=block;" edge="1" parent="1" source="d_commit" target="sync"><mxGeometry relative="1" as="geometry"/></mxCell>
        <mxCell id="e_sync_d_remove" value="" style="edgeStyle=orthogonalEdgeStyle;rounded=0;html=1;endArrow=block;" edge="1" parent="1" source="sync" target="d_remove"><mxGeometry relative="1" as="geometry"/></mxCell>
        <mxCell id="e_remove_yes" value="Yes" style="edgeStyle=orthogonalEdgeStyle;rounded=0;html=1;endArrow=block;" edge="1" parent="1" source="d_remove" target="remove"><mxGeometry relative="1" as="geometry"/></mxCell>
        <mxCell id="e_remove_ok" value="" style="edgeStyle=orthogonalEdgeStyle;rounded=0;html=1;endArrow=block;" edge="1" parent="1" source="remove" target="ok"><mxGeometry relative="1" as="geometry"/></mxCell>
        <mxCell id="e_remove_no" value="No" style="edgeStyle=orthogonalEdgeStyle;rounded=0;html=1;endArrow=block;" edge="1" parent="1" source="d_remove" target="ok"><mxGeometry relative="1" as="geometry"/></mxCell>
      </root>
    </mxGraphModel>
  </diagram>
</mxfile>
